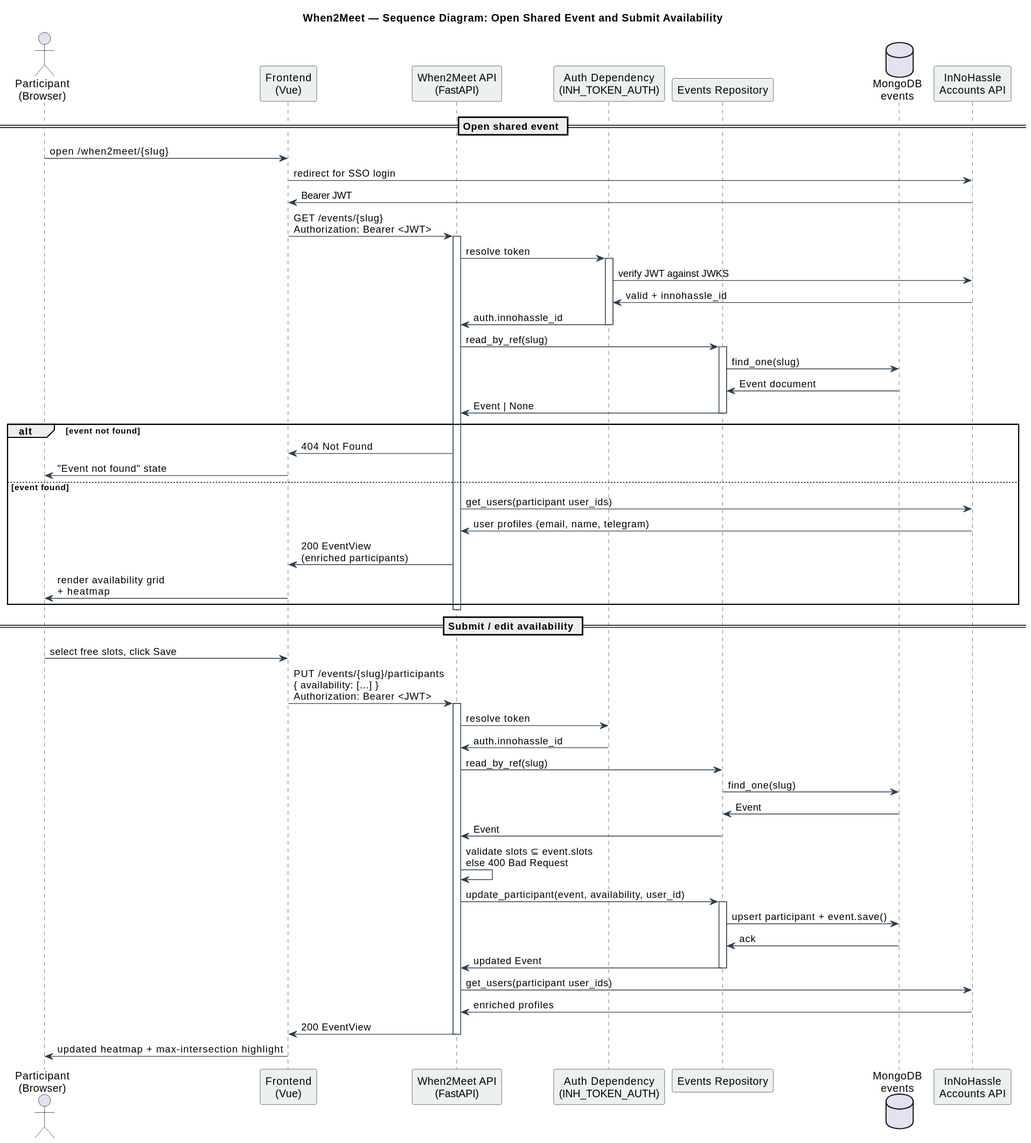
Above: src/when2meet/docs/architecture/dynamic-view/sequence-diagram.svg in one-zero-eight/monorepo (PlantUML), before the change. Its diagram source:
```plantuml
@startuml

skinparam monochrome false
skinparam shadowing false
skinparam sequence {
  ArrowColor #2C3E50
  LifeLineBorderColor #2C3E50
  ParticipantBorderColor #2C3E50
  ParticipantBackgroundColor #ECF0F1
}

title When2Meet — Sequence Diagram: Open Shared Event and Submit Availability

actor "Participant\n(Browser)" as U
participant "Frontend\n(Vue)" as FE
participant "When2Meet API\n(FastAPI)" as API
participant "Auth Dependency\n(INH_TOKEN_AUTH)" as Auth
participant "Events Repository" as Repo
database "MongoDB\nevents" as DB
participant "InNoHassle\nAccounts API" as Acc

== Open shared event ==

U -> FE : open /when2meet/{slug}
FE -> Acc : redirect for SSO login
Acc -> FE : Bearer JWT

FE -> API : GET /events/{slug}\nAuthorization: Bearer <JWT>
activate API
API -> Auth : resolve token
activate Auth
Auth -> Acc : verify JWT against JWKS
Acc -> Auth : valid + innohassle_id
Auth -> API : auth.innohassle_id
deactivate Auth

API -> Repo : read_by_ref(slug)
activate Repo
Repo -> DB : find_one(slug)
DB -> Repo : Event document
Repo -> API : Event | None
deactivate Repo

alt event not found
  API -> FE : 404 Not Found
  FE -> U : "Event not found" state
else event found
  API -> Acc : get_users(participant user_ids)
  Acc -> API : user profiles (email, name, telegram)
  API -> FE : 200 EventView\n(enriched participants)
  FE -> U : render availability grid\n+ heatmap
end
deactivate API

== Submit / edit availability ==

U -> FE : select free slots, click Save
FE -> API : PUT /events/{slug}/participants\n{ availability: [...] }\nAuthorization: Bearer <JWT>
activate API
API -> Auth : resolve token
Auth -> API : auth.innohassle_id

API -> Repo : read_by_ref(slug)
Repo -> DB : find_one(slug)
DB -> Repo : Event
Repo -> API : Event

API -> API : validate slots ⊆ event.slots\nelse 400 Bad Request

API -> Repo : update_participant(event, availability, user_id)
activate Repo
Repo -> DB : upsert participant + event.save()
DB -> Repo : ack
Repo -> API : updated Event
deactivate Repo

API -> Acc : get_users(participant user_ids)
Acc -> API : enriched profiles
API -> FE : 200 EventView
deactivate API
FE -> U : updated heatmap + max-intersection highlight
@enduml
```
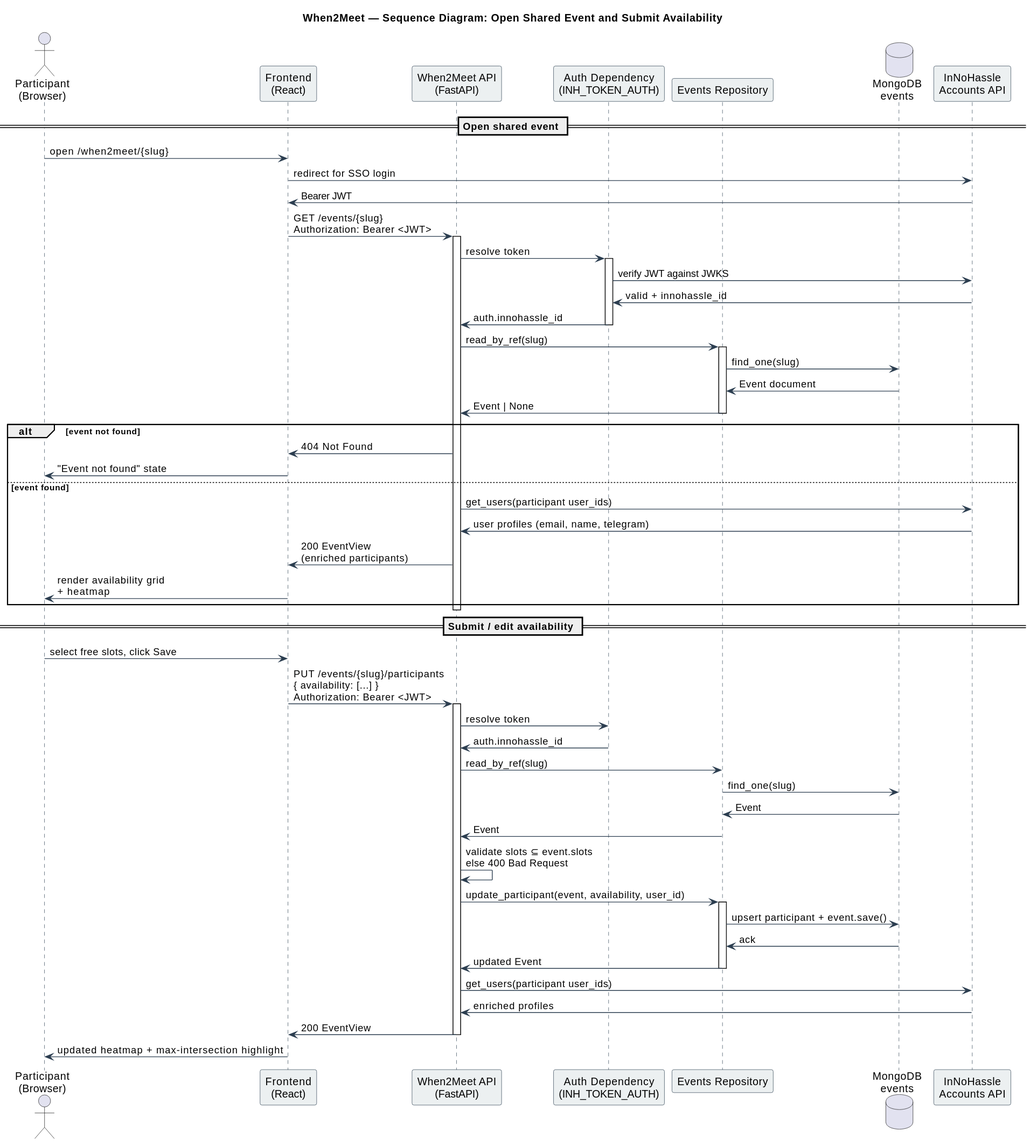
Later version of the same file.

Commit message:
docs(when2meet): correct frontend stack to React in architecture

Change to the diagram source:
```diff
@@ -12,7 +12,7 @@
 title When2Meet — Sequence Diagram: Open Shared Event and Submit Availability
 
 actor "Participant\n(Browser)" as U
-participant "Frontend\n(Vue)" as FE
+participant "Frontend\n(React)" as FE
 participant "When2Meet API\n(FastAPI)" as API
 participant "Auth Dependency\n(INH_TOKEN_AUTH)" as Auth
 participant "Events Repository" as Repo
```
